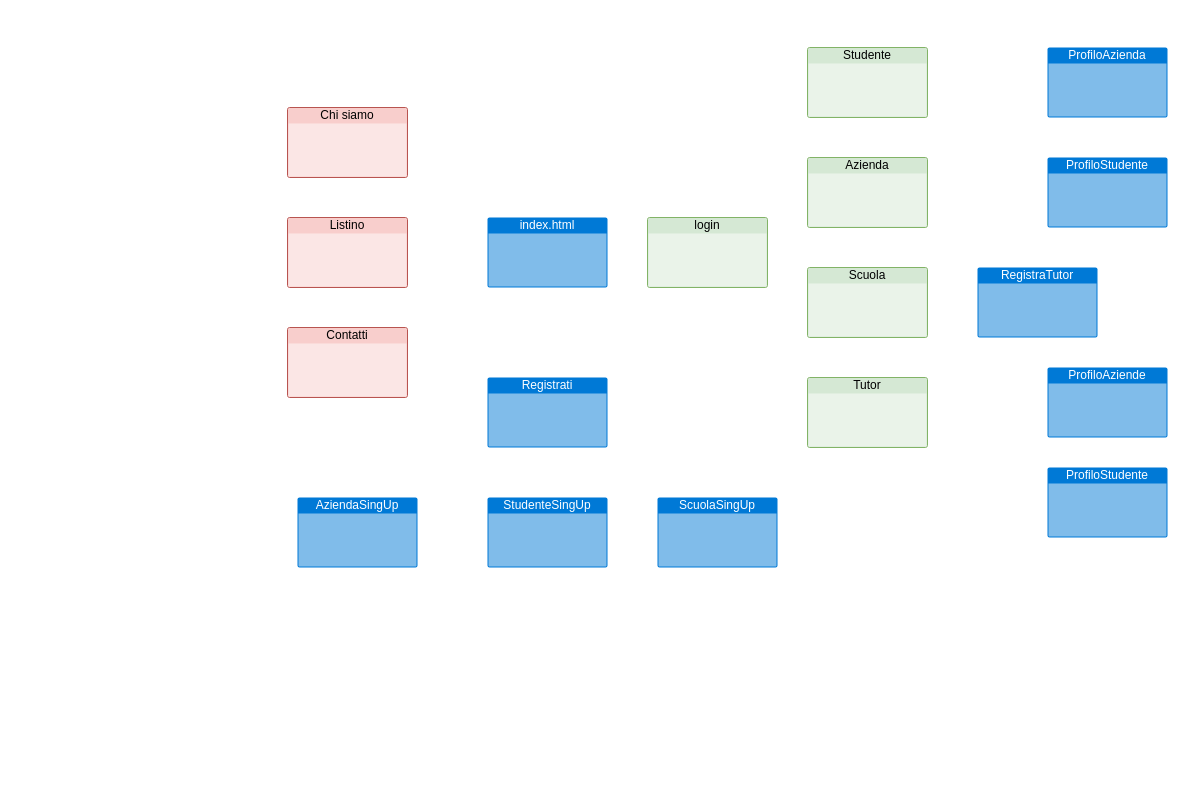
Sodhu1/1NNOVA-YOUNG- keeps this draw.io diagram as architettura_software.drawio. Above is the earlier version. Source tidied: cells renumbered, new cells numbered last; positions are measured from the earlier drawing's top-left corner, leaving out a move shared by most shapes. Both pictures are drawn from the tidied source at 100%, with x=0, y=0 at pixel (287, 47).
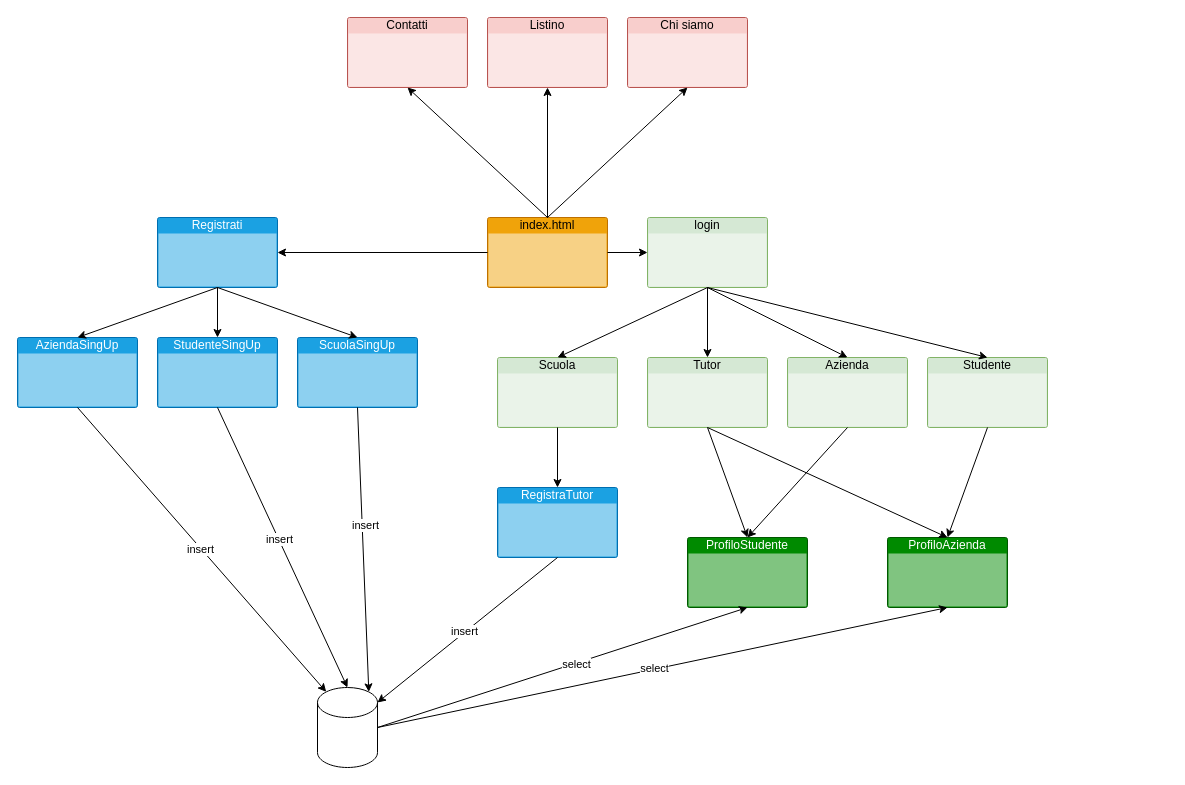
After the change.

Unchanged cells that the change refers to:
```xml
<mxCell id="6" value="login" style="html=1;whiteSpace=wrap;strokeColor=#82b366;fillColor=#d5e8d4;labelPosition=center;verticalLabelPosition=middle;verticalAlign=top;align=center;fontSize=12;outlineConnect=0;spacingTop=-6;sketch=0;shape=mxgraph.sitemap.page;" parent="1" vertex="1">
  <mxGeometry x="360" y="170" width="120" height="70" as="geometry" />
</mxCell>
```

What changed in the source:
```diff
@@
-    <mxCell id="2" value="&lt;div&gt;index.html&lt;/div&gt;&lt;div&gt;&lt;br&gt;&lt;/div&gt;" style="html=1;whiteSpace=wrap;strokeColor=none;fillColor=#0079D6;labelPosition=center;verticalLabelPosition=middle;verticalAlign=top;align=center;fontSize=12;outlineConnect=0;spacingTop=-6;fontColor=#FFFFFF;sketch=0;shape=mxgraph.sitemap.page;" parent="1" vertex="1">
+    <mxCell id="2" value="&lt;div&gt;index.html&lt;/div&gt;&lt;div&gt;&lt;br&gt;&lt;/div&gt;" style="html=1;whiteSpace=wrap;strokeColor=#BD7000;fillColor=#f0a30a;labelPosition=center;verticalLabelPosition=middle;verticalAlign=top;align=center;fontSize=12;outlineConnect=0;spacingTop=-6;fontColor=#000000;sketch=0;shape=mxgraph.sitemap.page;" parent="1" vertex="1">
       <mxGeometry x="200" y="170" width="120" height="70" as="geometry" />
     </mxCell>
     <mxCell id="3" value="Chi siamo" style="html=1;whiteSpace=wrap;strokeColor=#b85450;fillColor=#f8cecc;labelPosition=center;verticalLabelPosition=middle;verticalAlign=top;align=center;fontSize=12;outlineConnect=0;spacingTop=-6;sketch=0;shape=mxgraph.sitemap.page;" parent="1" vertex="1">
-      <mxGeometry y="60" width="120" height="70" as="geometry" />
+      <mxGeometry x="340" y="-30" width="120" height="70" as="geometry" />
     </mxCell>
     <mxCell id="4" value="&lt;div&gt;Contatti&lt;/div&gt;" style="html=1;whiteSpace=wrap;strokeColor=#b85450;fillColor=#f8cecc;labelPosition=center;verticalLabelPosition=middle;verticalAlign=top;align=center;fontSize=12;outlineConnect=0;spacingTop=-6;sketch=0;shape=mxgraph.sitemap.page;" parent="1" vertex="1">
-      <mxGeometry y="280" width="120" height="70" as="geometry" />
+      <mxGeometry x="60" y="-30" width="120" height="70" as="geometry" />
     </mxCell>
     <mxCell id="5" value="Listino" style="html=1;whiteSpace=wrap;strokeColor=#b85450;fillColor=#f8cecc;labelPosition=center;verticalLabelPosition=middle;verticalAlign=top;align=center;fontSize=12;outlineConnect=0;spacingTop=-6;sketch=0;shape=mxgraph.sitemap.page;" parent="1" vertex="1">
-      <mxGeometry y="170" width="120" height="70" as="geometry" />
+      <mxGeometry x="200" y="-30" width="120" height="70" as="geometry" />
     </mxCell>
@@
     <mxCell id="7" value="Studente" style="html=1;whiteSpace=wrap;strokeColor=#82b366;fillColor=#d5e8d4;labelPosition=center;verticalLabelPosition=middle;verticalAlign=top;align=center;fontSize=12;outlineConnect=0;spacingTop=-6;sketch=0;shape=mxgraph.sitemap.page;" parent="1" vertex="1">
-      <mxGeometry x="520" width="120" height="70" as="geometry" />
+      <mxGeometry x="640" y="310" width="120" height="70" as="geometry" />
     </mxCell>
-    <mxCell id="8" value="Azienda" style="html=1;whiteSpace=wrap;strokeColor=#82b366;fillColor=#d5e8d4;labelPosition=center;verticalLabelPosition=middle;verticalAlign=top;align=center;fontSize=12;outlineConnect=0;spacingTop=-6;sketch=0;shape=mxgraph.sitemap.page;" parent="1" vertex="1">
-      <mxGeometry x="520" y="110" width="120" height="70" as="geometry" />
-    </mxCell>
     <mxCell id="9" value="Scuola" style="html=1;whiteSpace=wrap;strokeColor=#82b366;fillColor=#d5e8d4;labelPosition=center;verticalLabelPosition=middle;verticalAlign=top;align=center;fontSize=12;outlineConnect=0;spacingTop=-6;sketch=0;shape=mxgraph.sitemap.page;" parent="1" vertex="1">
-      <mxGeometry x="520" y="220" width="120" height="70" as="geometry" />
+      <mxGeometry x="210" y="310" width="120" height="70" as="geometry" />
     </mxCell>
     <mxCell id="10" value="Tutor" style="html=1;whiteSpace=wrap;strokeColor=#82b366;fillColor=#d5e8d4;labelPosition=center;verticalLabelPosition=middle;verticalAlign=top;align=center;fontSize=12;outlineConnect=0;spacingTop=-6;sketch=0;shape=mxgraph.sitemap.page;" parent="1" vertex="1">
-      <mxGeometry x="520" y="330" width="120" height="70" as="geometry" />
+      <mxGeometry x="360" y="310" width="120" height="70" as="geometry" />
     </mxCell>
-    <mxCell id="11" value="ProfiloAzienda" style="html=1;whiteSpace=wrap;strokeColor=none;fillColor=#0079D6;labelPosition=center;verticalLabelPosition=middle;verticalAlign=top;align=center;fontSize=12;outlineConnect=0;spacingTop=-6;fontColor=#FFFFFF;sketch=0;shape=mxgraph.sitemap.page;" parent="1" vertex="1">
-      <mxGeometry x="760" width="120" height="70" as="geometry" />
+    <mxCell id="11" value="ProfiloAzienda" style="html=1;whiteSpace=wrap;strokeColor=#005700;fillColor=#008a00;labelPosition=center;verticalLabelPosition=middle;verticalAlign=top;align=center;fontSize=12;outlineConnect=0;spacingTop=-6;fontColor=#ffffff;sketch=0;shape=mxgraph.sitemap.page;" parent="1" vertex="1">
+      <mxGeometry x="600" y="490" width="120" height="70" as="geometry" />
     </mxCell>
-    <mxCell id="12" value="ProfiloStudente" style="html=1;whiteSpace=wrap;strokeColor=none;fillColor=#0079D6;labelPosition=center;verticalLabelPosition=middle;verticalAlign=top;align=center;fontSize=12;outlineConnect=0;spacingTop=-6;fontColor=#FFFFFF;sketch=0;shape=mxgraph.sitemap.page;" parent="1" vertex="1">
-      <mxGeometry x="760" y="110" width="120" height="70" as="geometry" />
+    <mxCell id="12" value="ProfiloStudente" style="html=1;whiteSpace=wrap;strokeColor=#005700;fillColor=#008a00;labelPosition=center;verticalLabelPosition=middle;verticalAlign=top;align=center;fontSize=12;outlineConnect=0;spacingTop=-6;fontColor=#ffffff;sketch=0;shape=mxgraph.sitemap.page;" parent="1" vertex="1">
+      <mxGeometry x="400" y="490" width="120" height="70" as="geometry" />
     </mxCell>
-    <mxCell id="13" value="ProfiloStudente" style="html=1;whiteSpace=wrap;strokeColor=none;fillColor=#0079D6;labelPosition=center;verticalLabelPosition=middle;verticalAlign=top;align=center;fontSize=12;spacingTop=-6;fontColor=#FFFFFF;sketch=0;shape=mxgraph.sitemap.page;" parent="1" vertex="1">
-      <mxGeometry x="760" y="420" width="120" height="70" as="geometry" />
-    </mxCell>
-    <mxCell id="14" value="ProfiloAziende" style="html=1;whiteSpace=wrap;strokeColor=none;fillColor=#0079D6;labelPosition=center;verticalLabelPosition=middle;verticalAlign=top;align=center;fontSize=12;spacingTop=-6;fontColor=#FFFFFF;sketch=0;shape=mxgraph.sitemap.page;" parent="1" vertex="1">
-      <mxGeometry x="760" y="320" width="120" height="70" as="geometry" />
-    </mxCell>
-    <mxCell id="15" value="RegistraTutor" style="html=1;whiteSpace=wrap;strokeColor=none;fillColor=#0079D6;labelPosition=center;verticalLabelPosition=middle;verticalAlign=top;align=center;fontSize=12;outlineConnect=0;spacingTop=-6;fontColor=#FFFFFF;sketch=0;shape=mxgraph.sitemap.page;" parent="1" vertex="1">
-      <mxGeometry x="690" y="220" width="120" height="70" as="geometry" />
+    <mxCell id="15" value="RegistraTutor" style="html=1;whiteSpace=wrap;strokeColor=#006EAF;fillColor=#1ba1e2;labelPosition=center;verticalLabelPosition=middle;verticalAlign=top;align=center;fontSize=12;outlineConnect=0;spacingTop=-6;fontColor=#ffffff;sketch=0;shape=mxgraph.sitemap.page;" parent="1" vertex="1">
+      <mxGeometry x="210" y="440" width="120" height="70" as="geometry" />
     </mxCell>
-    <mxCell id="16" value="&lt;div&gt;Registrati&lt;/div&gt;&lt;div&gt;&lt;br&gt;&lt;/div&gt;" style="html=1;whiteSpace=wrap;strokeColor=none;fillColor=#0079D6;labelPosition=center;verticalLabelPosition=middle;verticalAlign=top;align=center;fontSize=12;outlineConnect=0;spacingTop=-6;fontColor=#FFFFFF;sketch=0;shape=mxgraph.sitemap.page;" parent="1" vertex="1">
-      <mxGeometry x="200" y="330" width="120" height="70" as="geometry" />
+    <mxCell id="16" value="&lt;div&gt;Registrati&lt;/div&gt;&lt;div&gt;&lt;br&gt;&lt;/div&gt;" style="html=1;whiteSpace=wrap;strokeColor=#006EAF;fillColor=#1ba1e2;labelPosition=center;verticalLabelPosition=middle;verticalAlign=top;align=center;fontSize=12;outlineConnect=0;spacingTop=-6;fontColor=#ffffff;sketch=0;shape=mxgraph.sitemap.page;" parent="1" vertex="1">
+      <mxGeometry x="-130" y="170" width="120" height="70" as="geometry" />
     </mxCell>
-    <mxCell id="17" value="AziendaSingUp" style="html=1;whiteSpace=wrap;strokeColor=none;fillColor=#0079D6;labelPosition=center;verticalLabelPosition=middle;verticalAlign=top;align=center;fontSize=12;outlineConnect=0;spacingTop=-6;fontColor=#FFFFFF;sketch=0;shape=mxgraph.sitemap.page;" parent="1" vertex="1">
-      <mxGeometry x="10" y="450" width="120" height="70" as="geometry" />
+    <mxCell id="17" value="AziendaSingUp" style="html=1;whiteSpace=wrap;strokeColor=#006EAF;fillColor=#1ba1e2;labelPosition=center;verticalLabelPosition=middle;verticalAlign=top;align=center;fontSize=12;outlineConnect=0;spacingTop=-6;fontColor=#ffffff;sketch=0;shape=mxgraph.sitemap.page;" parent="1" vertex="1">
+      <mxGeometry x="-270" y="290" width="120" height="70" as="geometry" />
     </mxCell>
-    <mxCell id="18" value="StudenteSingUp" style="html=1;whiteSpace=wrap;strokeColor=none;fillColor=#0079D6;labelPosition=center;verticalLabelPosition=middle;verticalAlign=top;align=center;fontSize=12;outlineConnect=0;spacingTop=-6;fontColor=#FFFFFF;sketch=0;shape=mxgraph.sitemap.page;" parent="1" vertex="1">
-      <mxGeometry x="200" y="450" width="120" height="70" as="geometry" />
+    <mxCell id="18" value="StudenteSingUp" style="html=1;whiteSpace=wrap;strokeColor=#006EAF;fillColor=#1ba1e2;labelPosition=center;verticalLabelPosition=middle;verticalAlign=top;align=center;fontSize=12;outlineConnect=0;spacingTop=-6;fontColor=#ffffff;sketch=0;shape=mxgraph.sitemap.page;" parent="1" vertex="1">
+      <mxGeometry x="-130" y="290" width="120" height="70" as="geometry" />
     </mxCell>
-    <mxCell id="19" value="ScuolaSingUp" style="html=1;whiteSpace=wrap;strokeColor=none;fillColor=#0079D6;labelPosition=center;verticalLabelPosition=middle;verticalAlign=top;align=center;fontSize=12;outlineConnect=0;spacingTop=-6;fontColor=#FFFFFF;sketch=0;shape=mxgraph.sitemap.page;" parent="1" vertex="1">
-      <mxGeometry x="370" y="450" width="120" height="70" as="geometry" />
+    <mxCell id="19" value="ScuolaSingUp" style="html=1;whiteSpace=wrap;strokeColor=#006EAF;fillColor=#1ba1e2;labelPosition=center;verticalLabelPosition=middle;verticalAlign=top;align=center;fontSize=12;outlineConnect=0;spacingTop=-6;fontColor=#ffffff;sketch=0;shape=mxgraph.sitemap.page;" parent="1" vertex="1">
+      <mxGeometry x="10" y="290" width="120" height="70" as="geometry" />
     </mxCell>
+    <mxCell id="20" style="endArrow=classic;html=1;rounded=0;exitX=1;exitY=0.5;exitDx=0;exitDy=0;exitPerimeter=0;" parent="1" edge="1" source="2" target="6">
+      <mxGeometry relative="1" as="geometry" />
+    </mxCell>
+    <mxCell id="21" style="endArrow=classic;html=1;rounded=0;entryX=0.5;entryY=1;entryDx=0;entryDy=0;entryPerimeter=0;exitX=0.5;exitY=0;exitDx=0;exitDy=0;exitPerimeter=0;" parent="1" edge="1" source="2" target="4">
+      <mxGeometry relative="1" as="geometry" />
+    </mxCell>
+    <mxCell id="22" style="endArrow=classic;html=1;rounded=0;entryX=0.5;entryY=1;entryDx=0;entryDy=0;entryPerimeter=0;exitX=0.5;exitY=0;exitDx=0;exitDy=0;exitPerimeter=0;" parent="1" edge="1" source="2" target="5">
+      <mxGeometry relative="1" as="geometry" />
+    </mxCell>
+    <mxCell id="23" style="endArrow=classic;html=1;rounded=0;entryX=0.5;entryY=1;entryDx=0;entryDy=0;entryPerimeter=0;exitX=0.5;exitY=0;exitDx=0;exitDy=0;exitPerimeter=0;" parent="1" edge="1" source="2" target="3">
+      <mxGeometry relative="1" as="geometry" />
+    </mxCell>
+    <mxCell id="24" style="shape=cylinder3;whiteSpace=wrap;html=1;boundedLbl=1;backgroundOutline=1;size=15;" parent="1" vertex="1">
+      <mxGeometry x="30" y="640" width="60" height="80" as="geometry" />
+    </mxCell>
+    <mxCell id="8" value="Azienda" style="html=1;whiteSpace=wrap;strokeColor=#82b366;fillColor=#d5e8d4;labelPosition=center;verticalLabelPosition=middle;verticalAlign=top;align=center;fontSize=12;outlineConnect=0;spacingTop=-6;sketch=0;shape=mxgraph.sitemap.page;" parent="1" vertex="1">
+      <mxGeometry x="500" y="310" width="120" height="70" as="geometry" />
+    </mxCell>
+    <mxCell id="25" style="endArrow=classic;html=1;rounded=0;entryX=0.5;entryY=0;entryDx=0;entryDy=0;entryPerimeter=0;exitX=0.5;exitY=1;exitDx=0;exitDy=0;exitPerimeter=0;" parent="1" edge="1" source="6" target="9">
+      <mxGeometry relative="1" as="geometry" />
+    </mxCell>
+    <mxCell id="26" style="endArrow=classic;html=1;rounded=0;entryX=0.5;entryY=0;entryDx=0;entryDy=0;entryPerimeter=0;exitX=0.5;exitY=1;exitDx=0;exitDy=0;exitPerimeter=0;" parent="1" edge="1" source="6" target="10">
+      <mxGeometry relative="1" as="geometry" />
+    </mxCell>
+    <mxCell id="27" style="endArrow=classic;html=1;rounded=0;entryX=0.5;entryY=0;entryDx=0;entryDy=0;entryPerimeter=0;exitX=0.5;exitY=1;exitDx=0;exitDy=0;exitPerimeter=0;" parent="1" edge="1" source="6" target="8">
+      <mxGeometry relative="1" as="geometry" />
+    </mxCell>
+    <mxCell id="28" style="endArrow=classic;html=1;rounded=0;entryX=0.5;entryY=0;entryDx=0;entryDy=0;entryPerimeter=0;exitX=0.5;exitY=1;exitDx=0;exitDy=0;exitPerimeter=0;" parent="1" edge="1" source="6" target="7">
+      <mxGeometry relative="1" as="geometry" />
+    </mxCell>
+    <mxCell id="29" style="endArrow=classic;html=1;rounded=0;entryX=0.5;entryY=0;entryDx=0;entryDy=0;entryPerimeter=0;exitX=0.5;exitY=1;exitDx=0;exitDy=0;exitPerimeter=0;" parent="1" edge="1" source="7" target="11">
+      <mxGeometry relative="1" as="geometry" />
+    </mxCell>
+    <mxCell id="30" style="endArrow=classic;html=1;rounded=0;entryX=0.5;entryY=0;entryDx=0;entryDy=0;entryPerimeter=0;exitX=0.5;exitY=1;exitDx=0;exitDy=0;exitPerimeter=0;" parent="1" edge="1" source="10" target="11">
+      <mxGeometry relative="1" as="geometry" />
+    </mxCell>
+    <mxCell id="31" style="endArrow=classic;html=1;rounded=0;entryX=0.5;entryY=0;entryDx=0;entryDy=0;entryPerimeter=0;exitX=0.5;exitY=1;exitDx=0;exitDy=0;exitPerimeter=0;" parent="1" edge="1" source="8" target="12">
+      <mxGeometry relative="1" as="geometry" />
+    </mxCell>
+    <mxCell id="32" style="endArrow=classic;html=1;rounded=0;entryX=0.5;entryY=0;entryDx=0;entryDy=0;entryPerimeter=0;exitX=0.5;exitY=1;exitDx=0;exitDy=0;exitPerimeter=0;" parent="1" edge="1" source="10" target="12">
+      <mxGeometry relative="1" as="geometry" />
+    </mxCell>
+    <mxCell id="33" style="endArrow=classic;html=1;rounded=0;entryX=0.5;entryY=0;entryDx=0;entryDy=0;entryPerimeter=0;exitX=0.5;exitY=1;exitDx=0;exitDy=0;exitPerimeter=0;" parent="1" edge="1" source="9" target="15">
+      <mxGeometry relative="1" as="geometry" />
+    </mxCell>
+    <mxCell id="34" style="endArrow=classic;html=1;rounded=0;entryX=1;entryY=0.5;entryDx=0;entryDy=0;entryPerimeter=0;exitX=0;exitY=0.5;exitDx=0;exitDy=0;exitPerimeter=0;" parent="1" edge="1" source="2" target="16">
+      <mxGeometry relative="1" as="geometry" />
+    </mxCell>
+    <mxCell id="35" style="endArrow=classic;html=1;rounded=0;entryX=0.5;entryY=0;entryDx=0;entryDy=0;entryPerimeter=0;exitX=0.5;exitY=1;exitDx=0;exitDy=0;exitPerimeter=0;" parent="1" edge="1" source="16" target="18">
+      <mxGeometry relative="1" as="geometry" />
+    </mxCell>
+    <mxCell id="36" style="endArrow=classic;html=1;rounded=0;entryX=0.5;entryY=0;entryDx=0;entryDy=0;entryPerimeter=0;exitX=0.5;exitY=1;exitDx=0;exitDy=0;exitPerimeter=0;" parent="1" edge="1" source="16" target="17">
+      <mxGeometry relative="1" as="geometry" />
+    </mxCell>
+    <mxCell id="37" style="endArrow=classic;html=1;rounded=0;entryX=0.5;entryY=0;entryDx=0;entryDy=0;entryPerimeter=0;" parent="1" edge="1" target="19">
+      <mxGeometry relative="1" as="geometry">
+        <mxPoint x="-70" y="240" as="sourcePoint" />
+      </mxGeometry>
+    </mxCell>
+    <mxCell id="38" style="endArrow=classic;html=1;rounded=0;entryX=0.855;entryY=0;entryDx=0;entryDy=4.35;entryPerimeter=0;exitX=0.5;exitY=1;exitDx=0;exitDy=0;exitPerimeter=0;" parent="1" edge="1" source="19" target="24">
+      <mxGeometry relative="1" as="geometry" />
+    </mxCell>
+    <mxCell id="39" value="&lt;div&gt;insert&lt;/div&gt;" style="edgeLabel;html=1;align=center;verticalAlign=middle;" parent="38" vertex="1">
+      <mxGeometry x="-0.17" y="3" relative="1" as="geometry" />
+    </mxCell>
+    <mxCell id="40" style="endArrow=classic;html=1;rounded=0;entryX=0.5;entryY=0;entryDx=0;entryDy=0;entryPerimeter=0;exitX=0.5;exitY=1;exitDx=0;exitDy=0;exitPerimeter=0;" parent="1" edge="1" source="18" target="24">
+      <mxGeometry relative="1" as="geometry" />
+    </mxCell>
+    <mxCell id="41" value="insert" style="edgeLabel;html=1;align=center;verticalAlign=middle;" parent="40" vertex="1">
+      <mxGeometry x="-0.06" relative="1" as="geometry" />
+    </mxCell>
+    <mxCell id="42" style="endArrow=classic;html=1;rounded=0;entryX=0.145;entryY=0;entryDx=0;entryDy=4.35;entryPerimeter=0;exitX=0.5;exitY=1;exitDx=0;exitDy=0;exitPerimeter=0;" parent="1" edge="1" source="17" target="24">
+      <mxGeometry relative="1" as="geometry" />
+    </mxCell>
+    <mxCell id="43" value="insert" style="edgeLabel;html=1;align=center;verticalAlign=middle;" parent="42" vertex="1">
+      <mxGeometry x="-0.01" y="-1" relative="1" as="geometry" />
+    </mxCell>
+    <mxCell id="44" style="endArrow=classic;html=1;rounded=0;exitX=1;exitY=0.5;exitDx=0;exitDy=0;exitPerimeter=0;entryX=0.5;entryY=1;entryDx=0;entryDy=0;entryPerimeter=0;" parent="1" edge="1" source="24" target="12">
+      <mxGeometry relative="1" as="geometry" />
+    </mxCell>
+    <mxCell id="45" value="select" style="edgeLabel;html=1;align=center;verticalAlign=middle;" parent="44" vertex="1">
+      <mxGeometry x="0.07" y="-1" relative="1" as="geometry" />
+    </mxCell>
+    <mxCell id="46" style="endArrow=classic;html=1;rounded=0;entryX=1;entryY=0;entryDx=0;entryDy=15;entryPerimeter=0;exitX=0.5;exitY=1;exitDx=0;exitDy=0;exitPerimeter=0;" parent="1" edge="1" source="15" target="24">
+      <mxGeometry relative="1" as="geometry" />
+    </mxCell>
+    <mxCell id="47" value="insert" style="edgeLabel;html=1;align=center;verticalAlign=middle;" parent="46" vertex="1">
+      <mxGeometry x="0.03" y="-2" relative="1" as="geometry" />
+    </mxCell>
+    <mxCell id="48" style="endArrow=classic;html=1;rounded=0;entryX=0.5;entryY=1;entryDx=0;entryDy=0;entryPerimeter=0;exitX=1;exitY=0.5;exitDx=0;exitDy=0;exitPerimeter=0;" parent="1" edge="1" source="24" target="11">
+      <mxGeometry relative="1" as="geometry" />
+    </mxCell>
+    <mxCell id="49" value="select" style="edgeLabel;html=1;align=center;verticalAlign=middle;" parent="48" vertex="1">
+      <mxGeometry x="-0.03" y="1" relative="1" as="geometry" />
+    </mxCell>
```
